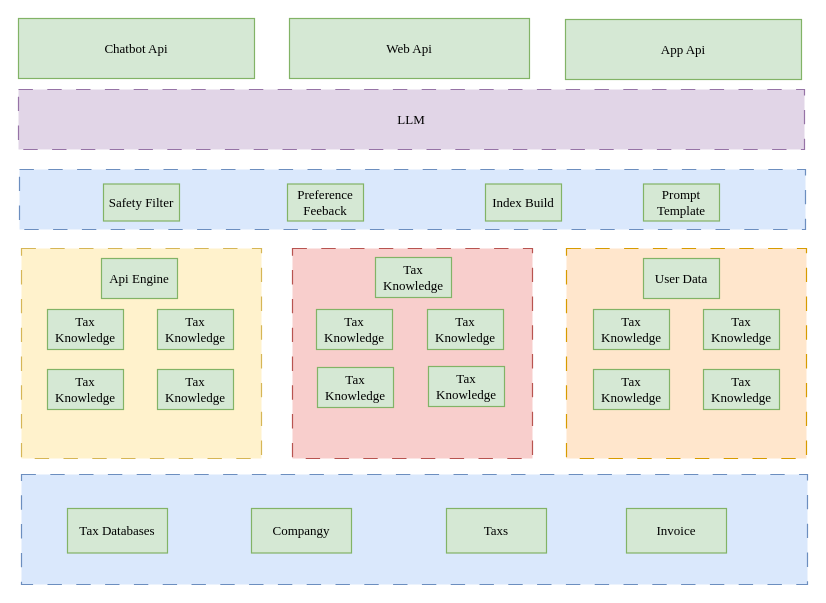
Before: framework.drawio in Ayo616/YanTrade, a draw.io diagram. Source tidied: cells renumbered, new cells numbered last; positions are measured from the earlier drawing's top-left corner, leaving out a move shared by most shapes. Both pictures are drawn from the tidied source at 100%, with x=0, y=0 at pixel (18, 18).
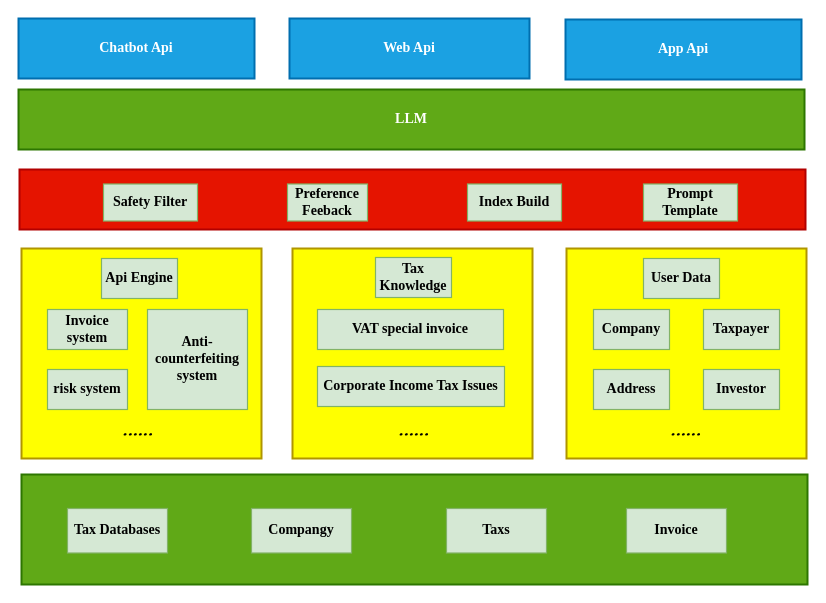
The same diagram, later.

The edit, as a diff of the source:
```diff
@@
-    <mxCell id="2" style="rounded=0;whiteSpace=wrap;html=1;dashed=1;dashPattern=12 12;fontSize=13;glass=0;strokeWidth=1.2;perimeterSpacing=0;fillColor=#fff2cc;strokeColor=#d6b656;fontFamily=Garamond;" parent="1" vertex="1">
+    <mxCell id="2" style="rounded=0;whiteSpace=wrap;html=1;fontSize=14;glass=0;strokeWidth=2;perimeterSpacing=0;fillColor=#FFFF00;strokeColor=#B09500;fontFamily=Garamond;fontColor=#000000;fontStyle=1;" parent="1" vertex="1">
       <mxGeometry x="3" y="230" width="240" height="210" as="geometry" />
     </mxCell>
-    <mxCell id="3" style="rounded=0;whiteSpace=wrap;html=1;dashed=1;dashPattern=12 12;fontSize=13;glass=0;strokeWidth=1.2;perimeterSpacing=0;fillColor=#f8cecc;strokeColor=#b85450;fontFamily=Garamond;" parent="1" vertex="1">
+    <mxCell id="3" style="rounded=0;whiteSpace=wrap;html=1;fontSize=14;glass=0;strokeWidth=2;perimeterSpacing=0;fillColor=#FFFF00;strokeColor=#B09500;fontFamily=Garamond;fontColor=#000000;fontStyle=1;" parent="1" vertex="1">
       <mxGeometry x="274" y="230" width="240" height="210" as="geometry" />
     </mxCell>
-    <mxCell id="4" style="rounded=0;whiteSpace=wrap;html=1;dashed=1;dashPattern=12 12;fontSize=13;glass=0;strokeWidth=1.2;perimeterSpacing=0;fillColor=#ffe6cc;strokeColor=#d79b00;fontFamily=Garamond;" parent="1" vertex="1">
+    <mxCell id="4" style="rounded=0;whiteSpace=wrap;html=1;fontSize=14;glass=0;strokeWidth=2;perimeterSpacing=0;fillColor=#FFFF00;strokeColor=#B09500;fontFamily=Garamond;fontColor=#000000;fontStyle=1;" parent="1" vertex="1">
       <mxGeometry x="548" y="230" width="240" height="210" as="geometry" />
     </mxCell>
-    <mxCell id="5" style="rounded=0;whiteSpace=wrap;html=1;dashed=1;dashPattern=12 12;fontSize=13;glass=0;strokeWidth=1.2;perimeterSpacing=0;fillColor=#dae8fc;strokeColor=#6c8ebf;fontFamily=Garamond;" parent="1" vertex="1">
+    <mxCell id="5" style="rounded=0;whiteSpace=wrap;html=1;fontSize=14;glass=0;strokeWidth=2;perimeterSpacing=0;fillColor=#60a917;strokeColor=#2D7600;fontFamily=Garamond;fontColor=#ffffff;fontStyle=1;" parent="1" vertex="1">
       <mxGeometry x="3" y="456" width="786" height="110" as="geometry" />
     </mxCell>
-    <mxCell id="6" value="LLM" style="rounded=0;whiteSpace=wrap;html=1;dashed=1;dashPattern=12 12;fontSize=13;glass=0;strokeWidth=1.2;perimeterSpacing=0;fillColor=#e1d5e7;strokeColor=#9673a6;fontFamily=Garamond;" parent="1" vertex="1">
+    <mxCell id="6" value="LLM" style="rounded=0;whiteSpace=wrap;html=1;fontSize=14;glass=0;strokeWidth=2;perimeterSpacing=0;fillColor=#60a917;strokeColor=#2D7600;fontFamily=Garamond;fontColor=#ffffff;fontStyle=1;" parent="1" vertex="1">
       <mxGeometry y="71" width="786" height="60" as="geometry" />
     </mxCell>
-    <mxCell id="7" value="Chatbot Api" style="rounded=0;whiteSpace=wrap;html=1;fontSize=13;glass=0;strokeWidth=1.2;perimeterSpacing=0;fillColor=#d5e8d4;strokeColor=#82b366;fontFamily=Garamond;" parent="1" vertex="1">
+    <mxCell id="7" value="Chatbot Api" style="rounded=0;whiteSpace=wrap;html=1;fontSize=14;glass=0;strokeWidth=2;perimeterSpacing=0;fillColor=#1ba1e2;strokeColor=#006EAF;fontFamily=Garamond;fontColor=#ffffff;fontStyle=1;" parent="1" vertex="1">
       <mxGeometry width="236" height="60" as="geometry" />
     </mxCell>
-    <mxCell id="8" value="Web Api" style="rounded=0;whiteSpace=wrap;html=1;fontSize=13;glass=0;strokeWidth=1.2;perimeterSpacing=0;fillColor=#d5e8d4;strokeColor=#82b366;fontFamily=Garamond;" parent="1" vertex="1">
+    <mxCell id="8" value="Web Api" style="rounded=0;whiteSpace=wrap;html=1;fontSize=14;glass=0;strokeWidth=2;perimeterSpacing=0;fillColor=#1ba1e2;strokeColor=#006EAF;fontFamily=Garamond;fontColor=#ffffff;fontStyle=1;" parent="1" vertex="1">
       <mxGeometry x="271" width="240" height="60" as="geometry" />
     </mxCell>
-    <mxCell id="9" value="App Api" style="rounded=0;whiteSpace=wrap;html=1;fontSize=13;glass=0;strokeWidth=1.2;perimeterSpacing=0;fillColor=#d5e8d4;strokeColor=#82b366;fontFamily=Garamond;" parent="1" vertex="1">
+    <mxCell id="9" value="App Api" style="rounded=0;whiteSpace=wrap;html=1;fontSize=14;glass=0;strokeWidth=2;perimeterSpacing=0;fillColor=#1ba1e2;strokeColor=#006EAF;fontFamily=Garamond;fontColor=#ffffff;fontStyle=1;" parent="1" vertex="1">
       <mxGeometry x="547" y="1" width="236" height="60" as="geometry" />
     </mxCell>
-    <mxCell id="10" value="Api Engine" style="rounded=0;whiteSpace=wrap;html=1;fontSize=13;glass=0;strokeWidth=1.2;perimeterSpacing=0;fillColor=#d5e8d4;strokeColor=#82b366;fontFamily=Garamond;" parent="1" vertex="1">
+    <mxCell id="10" value="Api Engine" style="rounded=0;whiteSpace=wrap;html=1;fontSize=14;glass=0;strokeWidth=1.2;perimeterSpacing=0;fillColor=#d5e8d4;strokeColor=#82b366;fontFamily=Garamond;fontStyle=1;" parent="1" vertex="1">
       <mxGeometry x="83" y="240" width="76" height="40" as="geometry" />
     </mxCell>
-    <mxCell id="11" value="Tax Knowledge" style="rounded=0;whiteSpace=wrap;html=1;fontSize=13;glass=0;strokeWidth=1.2;perimeterSpacing=0;fillColor=#d5e8d4;strokeColor=#82b366;fontFamily=Garamond;" parent="1" vertex="1">
+    <mxCell id="11" value="Tax Knowledge" style="rounded=0;whiteSpace=wrap;html=1;fontSize=14;glass=0;strokeWidth=1.2;perimeterSpacing=0;fillColor=#d5e8d4;strokeColor=#82b366;fontFamily=Garamond;fontStyle=1;" parent="1" vertex="1">
       <mxGeometry x="357" y="239" width="76" height="40" as="geometry" />
     </mxCell>
-    <mxCell id="12" value="User Data" style="rounded=0;whiteSpace=wrap;html=1;fontSize=13;glass=0;strokeWidth=1.2;perimeterSpacing=0;fillColor=#d5e8d4;strokeColor=#82b366;fontFamily=Garamond;" parent="1" vertex="1">
+    <mxCell id="12" value="User Data" style="rounded=0;whiteSpace=wrap;html=1;fontSize=14;glass=0;strokeWidth=1.2;perimeterSpacing=0;fillColor=#d5e8d4;strokeColor=#82b366;fontFamily=Garamond;fontStyle=1;" parent="1" vertex="1">
       <mxGeometry x="625" y="240" width="76" height="40" as="geometry" />
     </mxCell>
-    <mxCell id="13" value="Tax Databases" style="rounded=0;whiteSpace=wrap;html=1;fontSize=13;glass=0;strokeWidth=1.2;perimeterSpacing=0;fillColor=#d5e8d4;strokeColor=#82b366;fontFamily=Garamond;" parent="1" vertex="1">
+    <mxCell id="13" value="Tax Databases" style="rounded=0;whiteSpace=wrap;html=1;fontSize=14;glass=0;strokeWidth=1.2;perimeterSpacing=0;fillColor=#d5e8d4;strokeColor=#82b366;fontFamily=Garamond;fontStyle=1;" parent="1" vertex="1">
       <mxGeometry x="49" y="490" width="100" height="44.5" as="geometry" />
     </mxCell>
-    <mxCell id="14" value="Compangy" style="rounded=0;whiteSpace=wrap;html=1;fontSize=13;glass=0;strokeWidth=1.2;perimeterSpacing=0;fillColor=#d5e8d4;strokeColor=#82b366;fontFamily=Garamond;" parent="1" vertex="1">
+    <mxCell id="14" value="Compangy" style="rounded=0;whiteSpace=wrap;html=1;fontSize=14;glass=0;strokeWidth=1.2;perimeterSpacing=0;fillColor=#d5e8d4;strokeColor=#82b366;fontFamily=Garamond;fontStyle=1;" parent="1" vertex="1">
       <mxGeometry x="233" y="490" width="100" height="44.5" as="geometry" />
     </mxCell>
-    <mxCell id="15" value="Taxs" style="rounded=0;whiteSpace=wrap;html=1;fontSize=13;glass=0;strokeWidth=1.2;perimeterSpacing=0;fillColor=#d5e8d4;strokeColor=#82b366;fontFamily=Garamond;" parent="1" vertex="1">
+    <mxCell id="15" value="Taxs" style="rounded=0;whiteSpace=wrap;html=1;fontSize=14;glass=0;strokeWidth=1.2;perimeterSpacing=0;fillColor=#d5e8d4;strokeColor=#82b366;fontFamily=Garamond;fontStyle=1;" parent="1" vertex="1">
       <mxGeometry x="428" y="490" width="100" height="44.5" as="geometry" />
     </mxCell>
-    <mxCell id="16" value="Invoice" style="rounded=0;whiteSpace=wrap;html=1;fontSize=13;glass=0;strokeWidth=1.2;perimeterSpacing=0;fillColor=#d5e8d4;strokeColor=#82b366;fontFamily=Garamond;" parent="1" vertex="1">
+    <mxCell id="16" value="Invoice" style="rounded=0;whiteSpace=wrap;html=1;fontSize=14;glass=0;strokeWidth=1.2;perimeterSpacing=0;fillColor=#d5e8d4;strokeColor=#82b366;fontFamily=Garamond;fontStyle=1;" parent="1" vertex="1">
       <mxGeometry x="608" y="490" width="100" height="44.5" as="geometry" />
     </mxCell>
-    <mxCell id="17" style="rounded=0;whiteSpace=wrap;html=1;dashed=1;dashPattern=12 12;fontSize=13;glass=0;strokeWidth=1.2;perimeterSpacing=0;fillColor=#dae8fc;strokeColor=#6c8ebf;fontFamily=Garamond;" parent="1" vertex="1">
+    <mxCell id="17" style="rounded=0;whiteSpace=wrap;html=1;fontSize=14;glass=0;strokeWidth=2;perimeterSpacing=0;fillColor=#e51400;strokeColor=#B20000;fontFamily=Garamond;fontColor=#ffffff;fontStyle=1;" parent="1" vertex="1">
       <mxGeometry x="1" y="151" width="786" height="60" as="geometry" />
     </mxCell>
-    <mxCell id="18" value="Safety Filter" style="rounded=0;whiteSpace=wrap;html=1;fontSize=13;glass=0;strokeWidth=1.2;perimeterSpacing=0;fillColor=#d5e8d4;strokeColor=#82b366;fontFamily=Garamond;" parent="1" vertex="1">
-      <mxGeometry x="85" y="165.5" width="76" height="37" as="geometry" />
+    <mxCell id="18" value="Safety Filter" style="rounded=0;whiteSpace=wrap;html=1;fontSize=14;glass=0;strokeWidth=1.2;perimeterSpacing=0;fillColor=#d5e8d4;strokeColor=#82b366;fontFamily=Garamond;fontStyle=1;" parent="1" vertex="1">
+      <mxGeometry x="85" y="165.5" width="94" height="37" as="geometry" />
     </mxCell>
-    <mxCell id="19" value="Preference Feeback" style="rounded=0;whiteSpace=wrap;html=1;fontSize=13;glass=0;strokeWidth=1.2;perimeterSpacing=0;fillColor=#d5e8d4;strokeColor=#82b366;fontFamily=Garamond;" parent="1" vertex="1">
-      <mxGeometry x="269" y="165.5" width="76" height="37" as="geometry" />
+    <mxCell id="19" value="Preference Feeback" style="rounded=0;whiteSpace=wrap;html=1;fontSize=14;glass=0;strokeWidth=1.2;perimeterSpacing=0;fillColor=#d5e8d4;strokeColor=#82b366;fontFamily=Garamond;fontStyle=1;" parent="1" vertex="1">
+      <mxGeometry x="269" y="165.5" width="80" height="37" as="geometry" />
     </mxCell>
-    <mxCell id="20" value="Prompt Template" style="rounded=0;whiteSpace=wrap;html=1;fontSize=13;glass=0;strokeWidth=1.2;perimeterSpacing=0;fillColor=#d5e8d4;strokeColor=#82b366;fontFamily=Garamond;" parent="1" vertex="1">
-      <mxGeometry x="625" y="165.5" width="76" height="37" as="geometry" />
+    <mxCell id="20" value="Prompt Template" style="rounded=0;whiteSpace=wrap;html=1;fontSize=14;glass=0;strokeWidth=1.2;perimeterSpacing=0;fillColor=#d5e8d4;strokeColor=#82b366;fontFamily=Garamond;fontStyle=1;" parent="1" vertex="1">
+      <mxGeometry x="625" y="165.5" width="94" height="37" as="geometry" />
     </mxCell>
-    <mxCell id="21" value="Index Build" style="rounded=0;whiteSpace=wrap;html=1;fontSize=13;glass=0;strokeWidth=1.2;perimeterSpacing=0;fillColor=#d5e8d4;strokeColor=#82b366;fontFamily=Garamond;" parent="1" vertex="1">
-      <mxGeometry x="467" y="165.5" width="76" height="37" as="geometry" />
+    <mxCell id="21" value="Index Build" style="rounded=0;whiteSpace=wrap;html=1;fontSize=14;glass=0;strokeWidth=1.2;perimeterSpacing=0;fillColor=#d5e8d4;strokeColor=#82b366;fontFamily=Garamond;fontStyle=1;" parent="1" vertex="1">
+      <mxGeometry x="449" y="165.5" width="94" height="37" as="geometry" />
     </mxCell>
-    <mxCell id="22" value="Tax Knowledge" style="rounded=0;whiteSpace=wrap;html=1;fontSize=13;glass=0;strokeWidth=1.2;perimeterSpacing=0;fillColor=#d5e8d4;strokeColor=#82b366;fontFamily=Garamond;" parent="1" vertex="1">
-      <mxGeometry x="298" y="291" width="76" height="40" as="geometry" />
-    </mxCell>
-    <mxCell id="23" value="Tax Knowledge" style="rounded=0;whiteSpace=wrap;html=1;fontSize=13;glass=0;strokeWidth=1.2;perimeterSpacing=0;fillColor=#d5e8d4;strokeColor=#82b366;fontFamily=Garamond;" parent="1" vertex="1">
-      <mxGeometry x="409" y="291" width="76" height="40" as="geometry" />
+    <mxCell id="23" value="VAT special invoice" style="rounded=0;whiteSpace=wrap;html=1;fontSize=14;glass=0;strokeWidth=1.2;perimeterSpacing=0;fillColor=#d5e8d4;strokeColor=#82b366;fontFamily=Garamond;fontStyle=1;" parent="1" vertex="1">
+      <mxGeometry x="299" y="291" width="186" height="40" as="geometry" />
     </mxCell>
-    <mxCell id="24" value="Tax Knowledge" style="rounded=0;whiteSpace=wrap;html=1;fontSize=13;glass=0;strokeWidth=1.2;perimeterSpacing=0;fillColor=#d5e8d4;strokeColor=#82b366;fontFamily=Garamond;" parent="1" vertex="1">
-      <mxGeometry x="299" y="349" width="76" height="40" as="geometry" />
-    </mxCell>
-    <mxCell id="25" value="Tax Knowledge" style="rounded=0;whiteSpace=wrap;html=1;fontSize=13;glass=0;strokeWidth=1.2;perimeterSpacing=0;fillColor=#d5e8d4;strokeColor=#82b366;fontFamily=Garamond;" parent="1" vertex="1">
-      <mxGeometry x="410" y="348" width="76" height="40" as="geometry" />
+    <mxCell id="25" value="Corporate Income Tax Issues" style="rounded=0;whiteSpace=wrap;html=1;fontSize=14;glass=0;strokeWidth=1.2;perimeterSpacing=0;fillColor=#d5e8d4;strokeColor=#82b366;fontFamily=Garamond;fontStyle=1;" parent="1" vertex="1">
+      <mxGeometry x="299" y="348" width="187" height="40" as="geometry" />
     </mxCell>
-    <mxCell id="26" value="Tax Knowledge" style="rounded=0;whiteSpace=wrap;html=1;fontSize=13;glass=0;strokeWidth=1.2;perimeterSpacing=0;fillColor=#d5e8d4;strokeColor=#82b366;fontFamily=Garamond;" parent="1" vertex="1">
-      <mxGeometry x="29" y="291" width="76" height="40" as="geometry" />
+    <mxCell id="26" value="Invoice system" style="rounded=0;whiteSpace=wrap;html=1;fontSize=14;glass=0;strokeWidth=1.2;perimeterSpacing=0;fillColor=#d5e8d4;strokeColor=#82b366;fontFamily=Garamond;fontStyle=1;" parent="1" vertex="1">
+      <mxGeometry x="29" y="291" width="80" height="40" as="geometry" />
     </mxCell>
-    <mxCell id="27" value="Tax Knowledge" style="rounded=0;whiteSpace=wrap;html=1;fontSize=13;glass=0;strokeWidth=1.2;perimeterSpacing=0;fillColor=#d5e8d4;strokeColor=#82b366;fontFamily=Garamond;" parent="1" vertex="1">
-      <mxGeometry x="139" y="291" width="76" height="40" as="geometry" />
+    <mxCell id="27" value="Anti-counterfeiting system" style="rounded=0;whiteSpace=wrap;html=1;fontSize=14;glass=0;strokeWidth=1.2;perimeterSpacing=0;fillColor=#d5e8d4;strokeColor=#82b366;fontFamily=Garamond;fontStyle=1;" parent="1" vertex="1">
+      <mxGeometry x="129" y="291" width="100" height="100" as="geometry" />
     </mxCell>
-    <mxCell id="28" value="Tax Knowledge" style="rounded=0;whiteSpace=wrap;html=1;fontSize=13;glass=0;strokeWidth=1.2;perimeterSpacing=0;fillColor=#d5e8d4;strokeColor=#82b366;fontFamily=Garamond;" parent="1" vertex="1">
-      <mxGeometry x="29" y="351" width="76" height="40" as="geometry" />
+    <mxCell id="28" value="risk system" style="rounded=0;whiteSpace=wrap;html=1;fontSize=14;glass=0;strokeWidth=1.2;perimeterSpacing=0;fillColor=#d5e8d4;strokeColor=#82b366;fontFamily=Garamond;fontStyle=1;" parent="1" vertex="1">
+      <mxGeometry x="29" y="351" width="80" height="40" as="geometry" />
     </mxCell>
-    <mxCell id="29" value="Tax Knowledge" style="rounded=0;whiteSpace=wrap;html=1;fontSize=13;glass=0;strokeWidth=1.2;perimeterSpacing=0;fillColor=#d5e8d4;strokeColor=#82b366;fontFamily=Garamond;" parent="1" vertex="1">
-      <mxGeometry x="139" y="351" width="76" height="40" as="geometry" />
-    </mxCell>
-    <mxCell id="30" value="Tax Knowledge" style="rounded=0;whiteSpace=wrap;html=1;fontSize=13;glass=0;strokeWidth=1.2;perimeterSpacing=0;fillColor=#d5e8d4;strokeColor=#82b366;fontFamily=Garamond;" parent="1" vertex="1">
+    <mxCell id="30" value="Company" style="rounded=0;whiteSpace=wrap;html=1;fontSize=14;glass=0;strokeWidth=1.2;perimeterSpacing=0;fillColor=#d5e8d4;strokeColor=#82b366;fontFamily=Garamond;fontStyle=1;" parent="1" vertex="1">
       <mxGeometry x="575" y="291" width="76" height="40" as="geometry" />
     </mxCell>
-    <mxCell id="31" value="Tax Knowledge" style="rounded=0;whiteSpace=wrap;html=1;fontSize=13;glass=0;strokeWidth=1.2;perimeterSpacing=0;fillColor=#d5e8d4;strokeColor=#82b366;fontFamily=Garamond;" parent="1" vertex="1">
+    <mxCell id="31" value="Taxpayer" style="rounded=0;whiteSpace=wrap;html=1;fontSize=14;glass=0;strokeWidth=1.2;perimeterSpacing=0;fillColor=#d5e8d4;strokeColor=#82b366;fontFamily=Garamond;fontStyle=1;" parent="1" vertex="1">
       <mxGeometry x="685" y="291" width="76" height="40" as="geometry" />
     </mxCell>
-    <mxCell id="32" value="Tax Knowledge" style="rounded=0;whiteSpace=wrap;html=1;fontSize=13;glass=0;strokeWidth=1.2;perimeterSpacing=0;fillColor=#d5e8d4;strokeColor=#82b366;fontFamily=Garamond;" parent="1" vertex="1">
+    <mxCell id="32" value="Address" style="rounded=0;whiteSpace=wrap;html=1;fontSize=14;glass=0;strokeWidth=1.2;perimeterSpacing=0;fillColor=#d5e8d4;strokeColor=#82b366;fontFamily=Garamond;fontStyle=1;" parent="1" vertex="1">
       <mxGeometry x="575" y="351" width="76" height="40" as="geometry" />
     </mxCell>
-    <mxCell id="33" value="Tax Knowledge" style="rounded=0;whiteSpace=wrap;html=1;fontSize=13;glass=0;strokeWidth=1.2;perimeterSpacing=0;fillColor=#d5e8d4;strokeColor=#82b366;fontFamily=Garamond;" parent="1" vertex="1">
+    <mxCell id="33" value="Investor" style="rounded=0;whiteSpace=wrap;html=1;fontSize=14;glass=0;strokeWidth=1.2;perimeterSpacing=0;fillColor=#d5e8d4;strokeColor=#82b366;fontFamily=Garamond;fontStyle=1;" parent="1" vertex="1">
       <mxGeometry x="685" y="351" width="76" height="40" as="geometry" />
     </mxCell>
+    <mxCell id="34" value="&lt;font style=&quot;font-size: 36px;&quot;&gt;......&lt;/font&gt;" style="text;html=1;strokeColor=none;fillColor=none;align=center;verticalAlign=middle;whiteSpace=wrap;rounded=0;fontSize=20;fontFamily=Architects Daughter;" parent="1" vertex="1">
+      <mxGeometry x="366" y="391" width="60" height="30" as="geometry" />
+    </mxCell>
+    <mxCell id="35" value="&lt;font style=&quot;font-size: 36px;&quot;&gt;......&lt;/font&gt;" style="text;html=1;strokeColor=none;fillColor=none;align=center;verticalAlign=middle;whiteSpace=wrap;rounded=0;fontSize=20;fontFamily=Architects Daughter;" parent="1" vertex="1">
+      <mxGeometry x="638" y="391" width="60" height="30" as="geometry" />
+    </mxCell>
+    <mxCell id="36" value="&lt;font style=&quot;font-size: 36px;&quot;&gt;......&lt;/font&gt;" style="text;html=1;strokeColor=none;fillColor=none;align=center;verticalAlign=middle;whiteSpace=wrap;rounded=0;fontSize=20;fontFamily=Architects Daughter;" parent="1" vertex="1">
+      <mxGeometry x="90" y="391" width="60" height="30" as="geometry" />
+    </mxCell>
```
